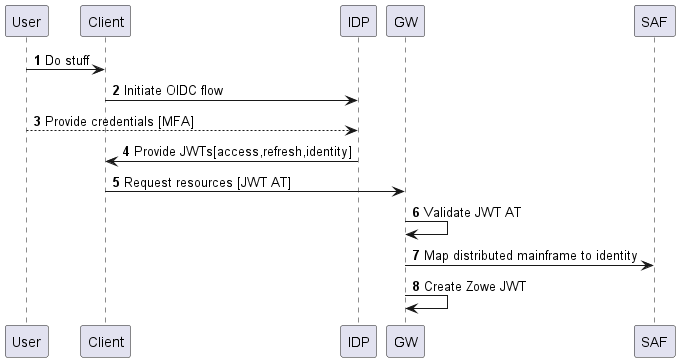
Earlier version of the PlantUML export docs/images/api-mediation/apiml-oidc-auth-seq.png (zowe/docs-site). Its source is kept beside it as docs/diagrams/apiml-oidc-auth-seq.puml. Its diagram source:
```plantuml
@startuml

autonumber

User -> Client: Do stuff
Client -> IDP: Initiate OIDC flow
User --> IDP: Provide credentials [MFA]
IDP -> Client: Provide JWTs[access,refresh,identity]
Client -> GW: Request resources [JWT AT]
GW -> GW: Validate JWT AT
GW -> SAF: Map distributed mainframe to identity
GW -> GW: Create Zowe JWT

@enduml
```
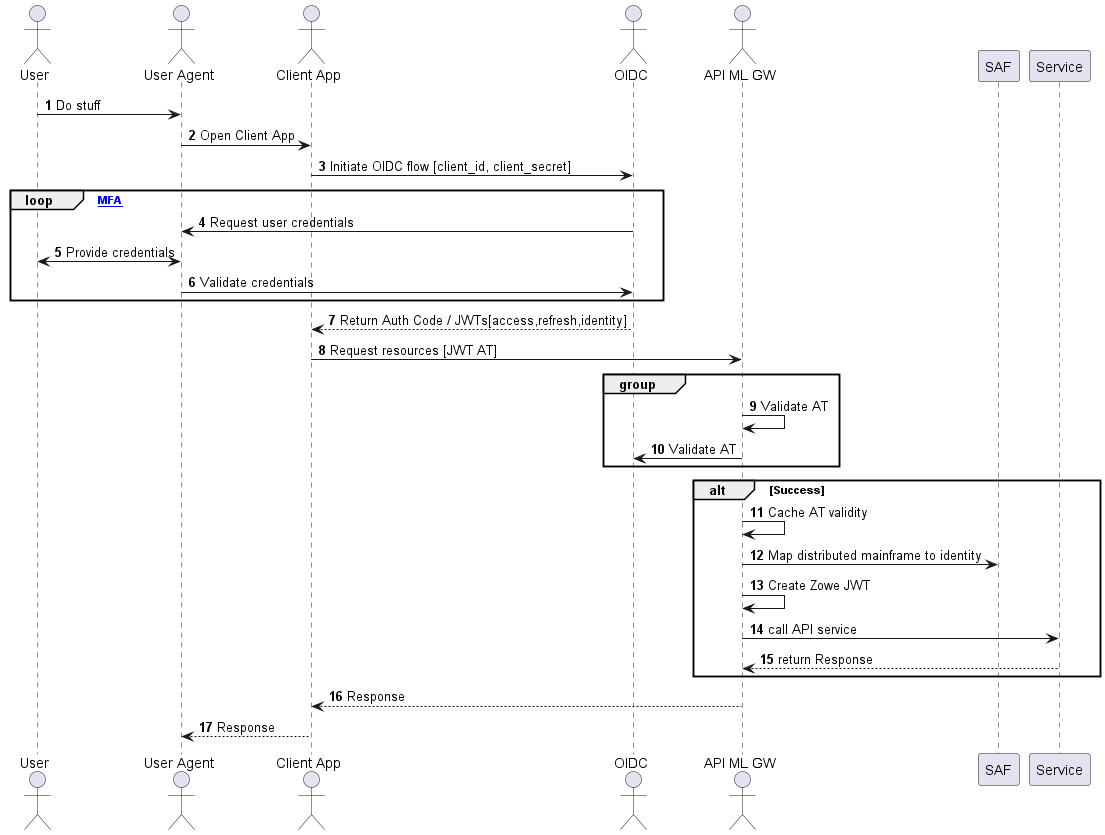
The same diagram one commit later.

Commit message:
Diagram rework

Change to the diagram source:
```diff
@@ -1,14 +1,34 @@
 @startuml
 
 autonumber
+actor User
+actor "User Agent" as Agent
+actor "Client App" as Client
+actor OIDC as OIDC
+actor "API ML GW" as GW
 
-User -> Client: Do stuff
-Client -> IDP: Initiate OIDC flow
-User --> IDP: Provide credentials [MFA]
-IDP -> Client: Provide JWTs[access,refresh,identity]
+User -> Agent: Do stuff
+Agent -> Client: Open Client App
+Client -> OIDC: Initiate OIDC flow [client_id, client_secret]
+loop [MFA]
+OIDC -> Agent: Request user credentials
+User <-> Agent: Provide credentials
+Agent -> OIDC: Validate credentials
+end
+OIDC --> Client: Return Auth Code / JWTs[access,refresh,identity]
 Client -> GW: Request resources [JWT AT]
-GW -> GW: Validate JWT AT
+group
+GW -> GW: Validate AT
+GW -> OIDC: Validate AT
+end
+alt Success
+GW -> GW: Cache AT validity
 GW -> SAF: Map distributed mainframe to identity
 GW -> GW: Create Zowe JWT
+GW -> Service: call API service
+Service --> GW: return Response
+end
+GW --> Client: Response
+Client --> Agent: Response
 
 @enduml
```
